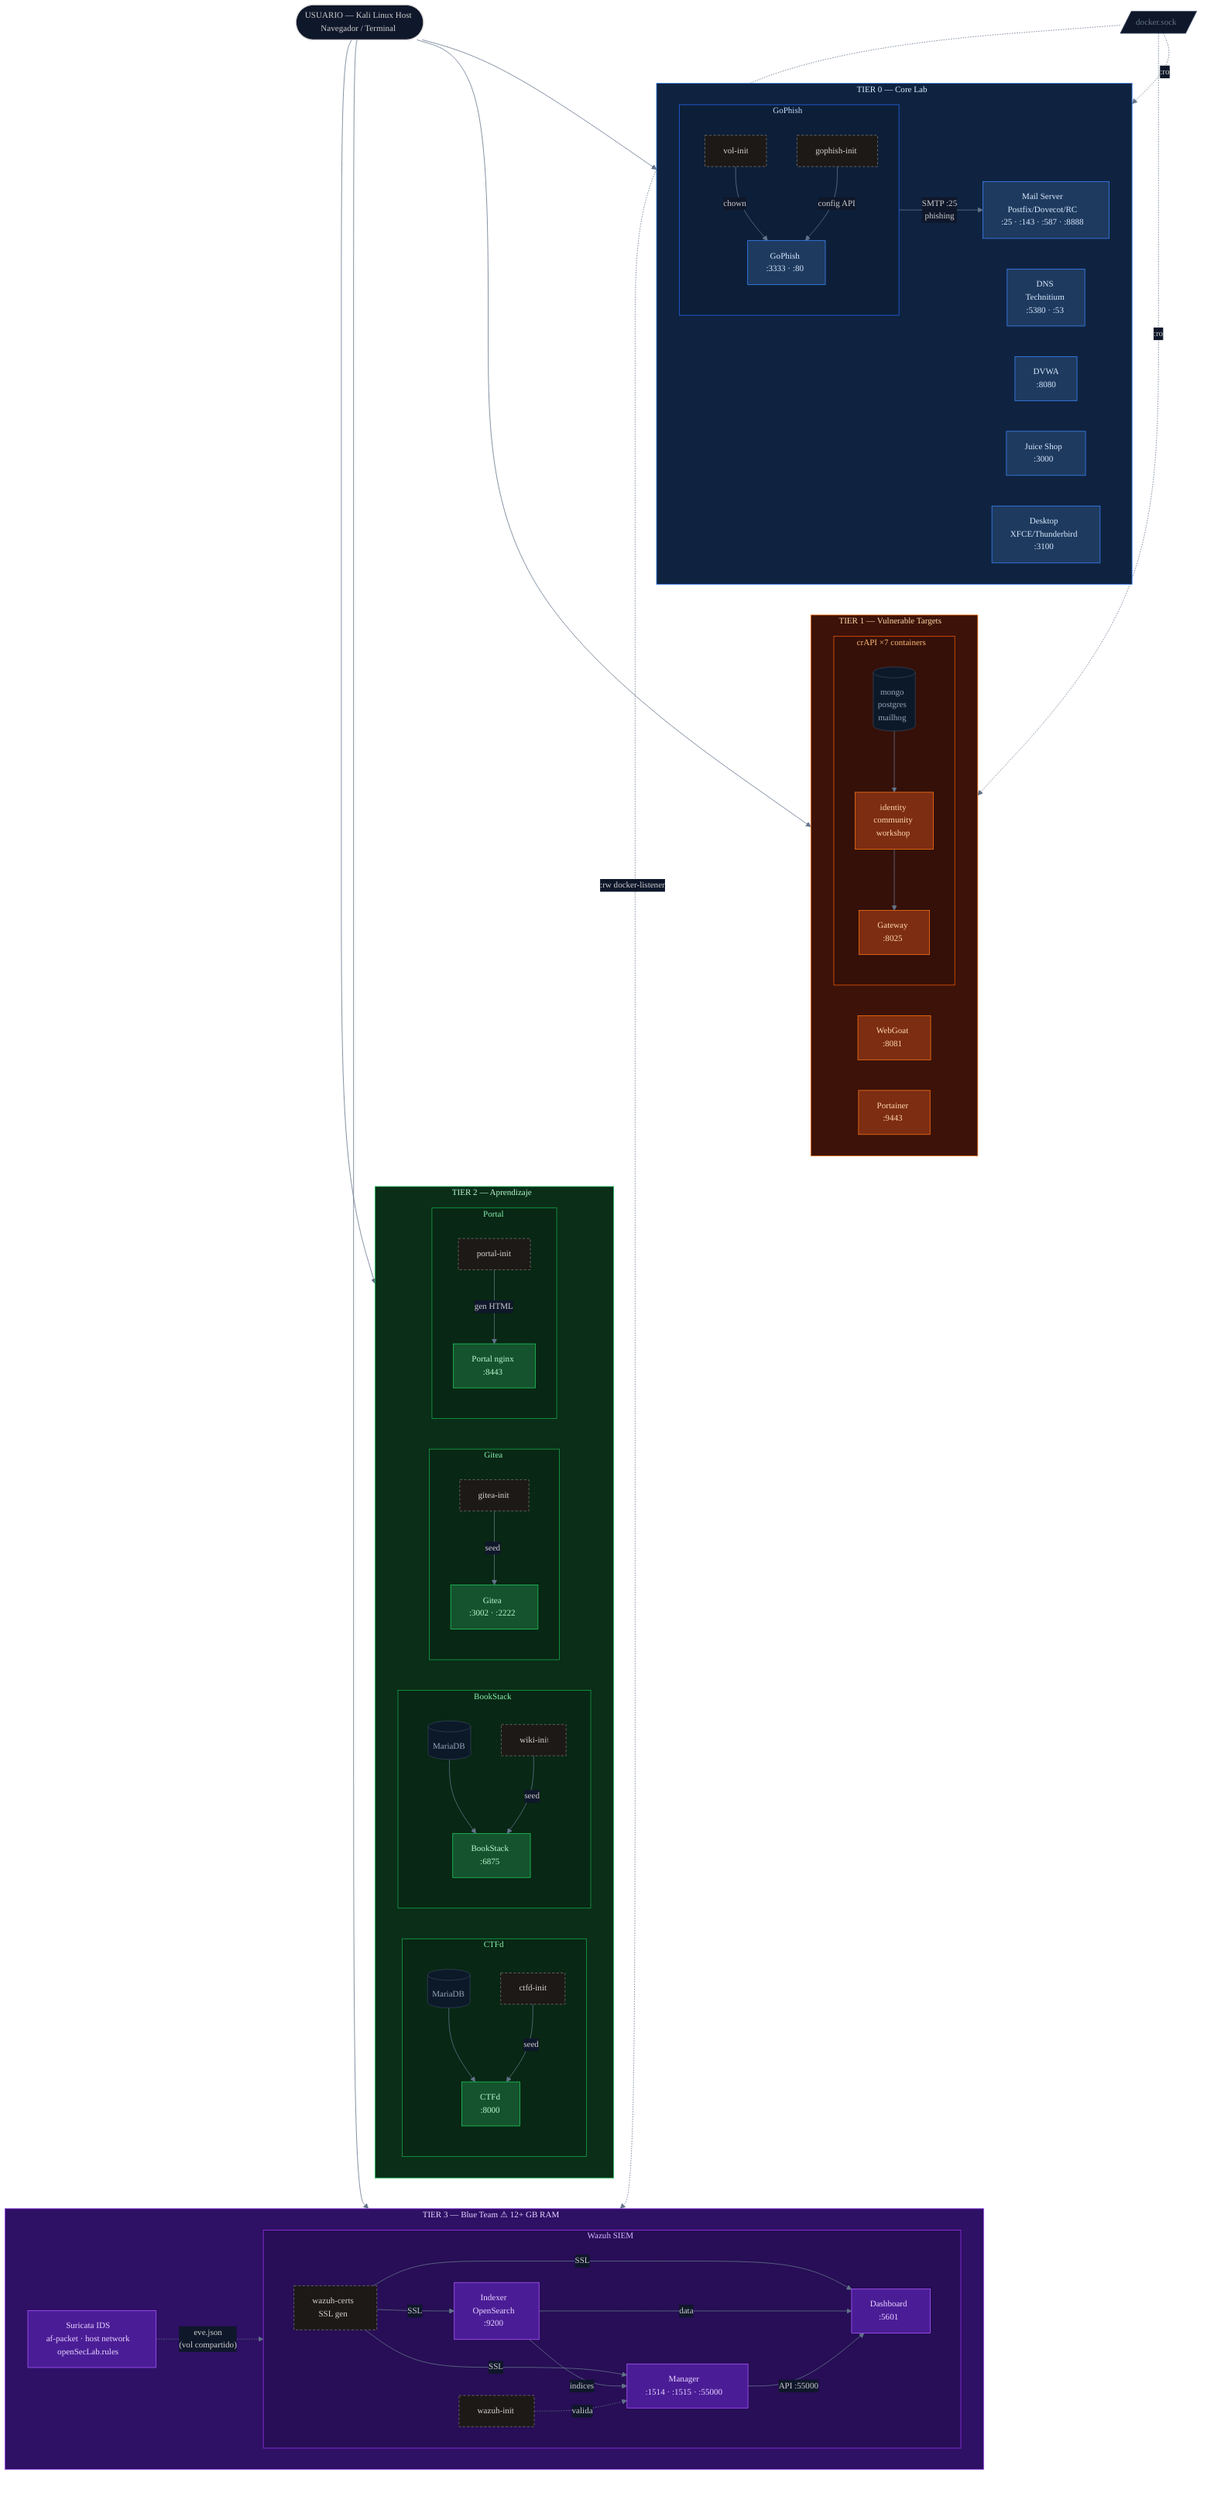
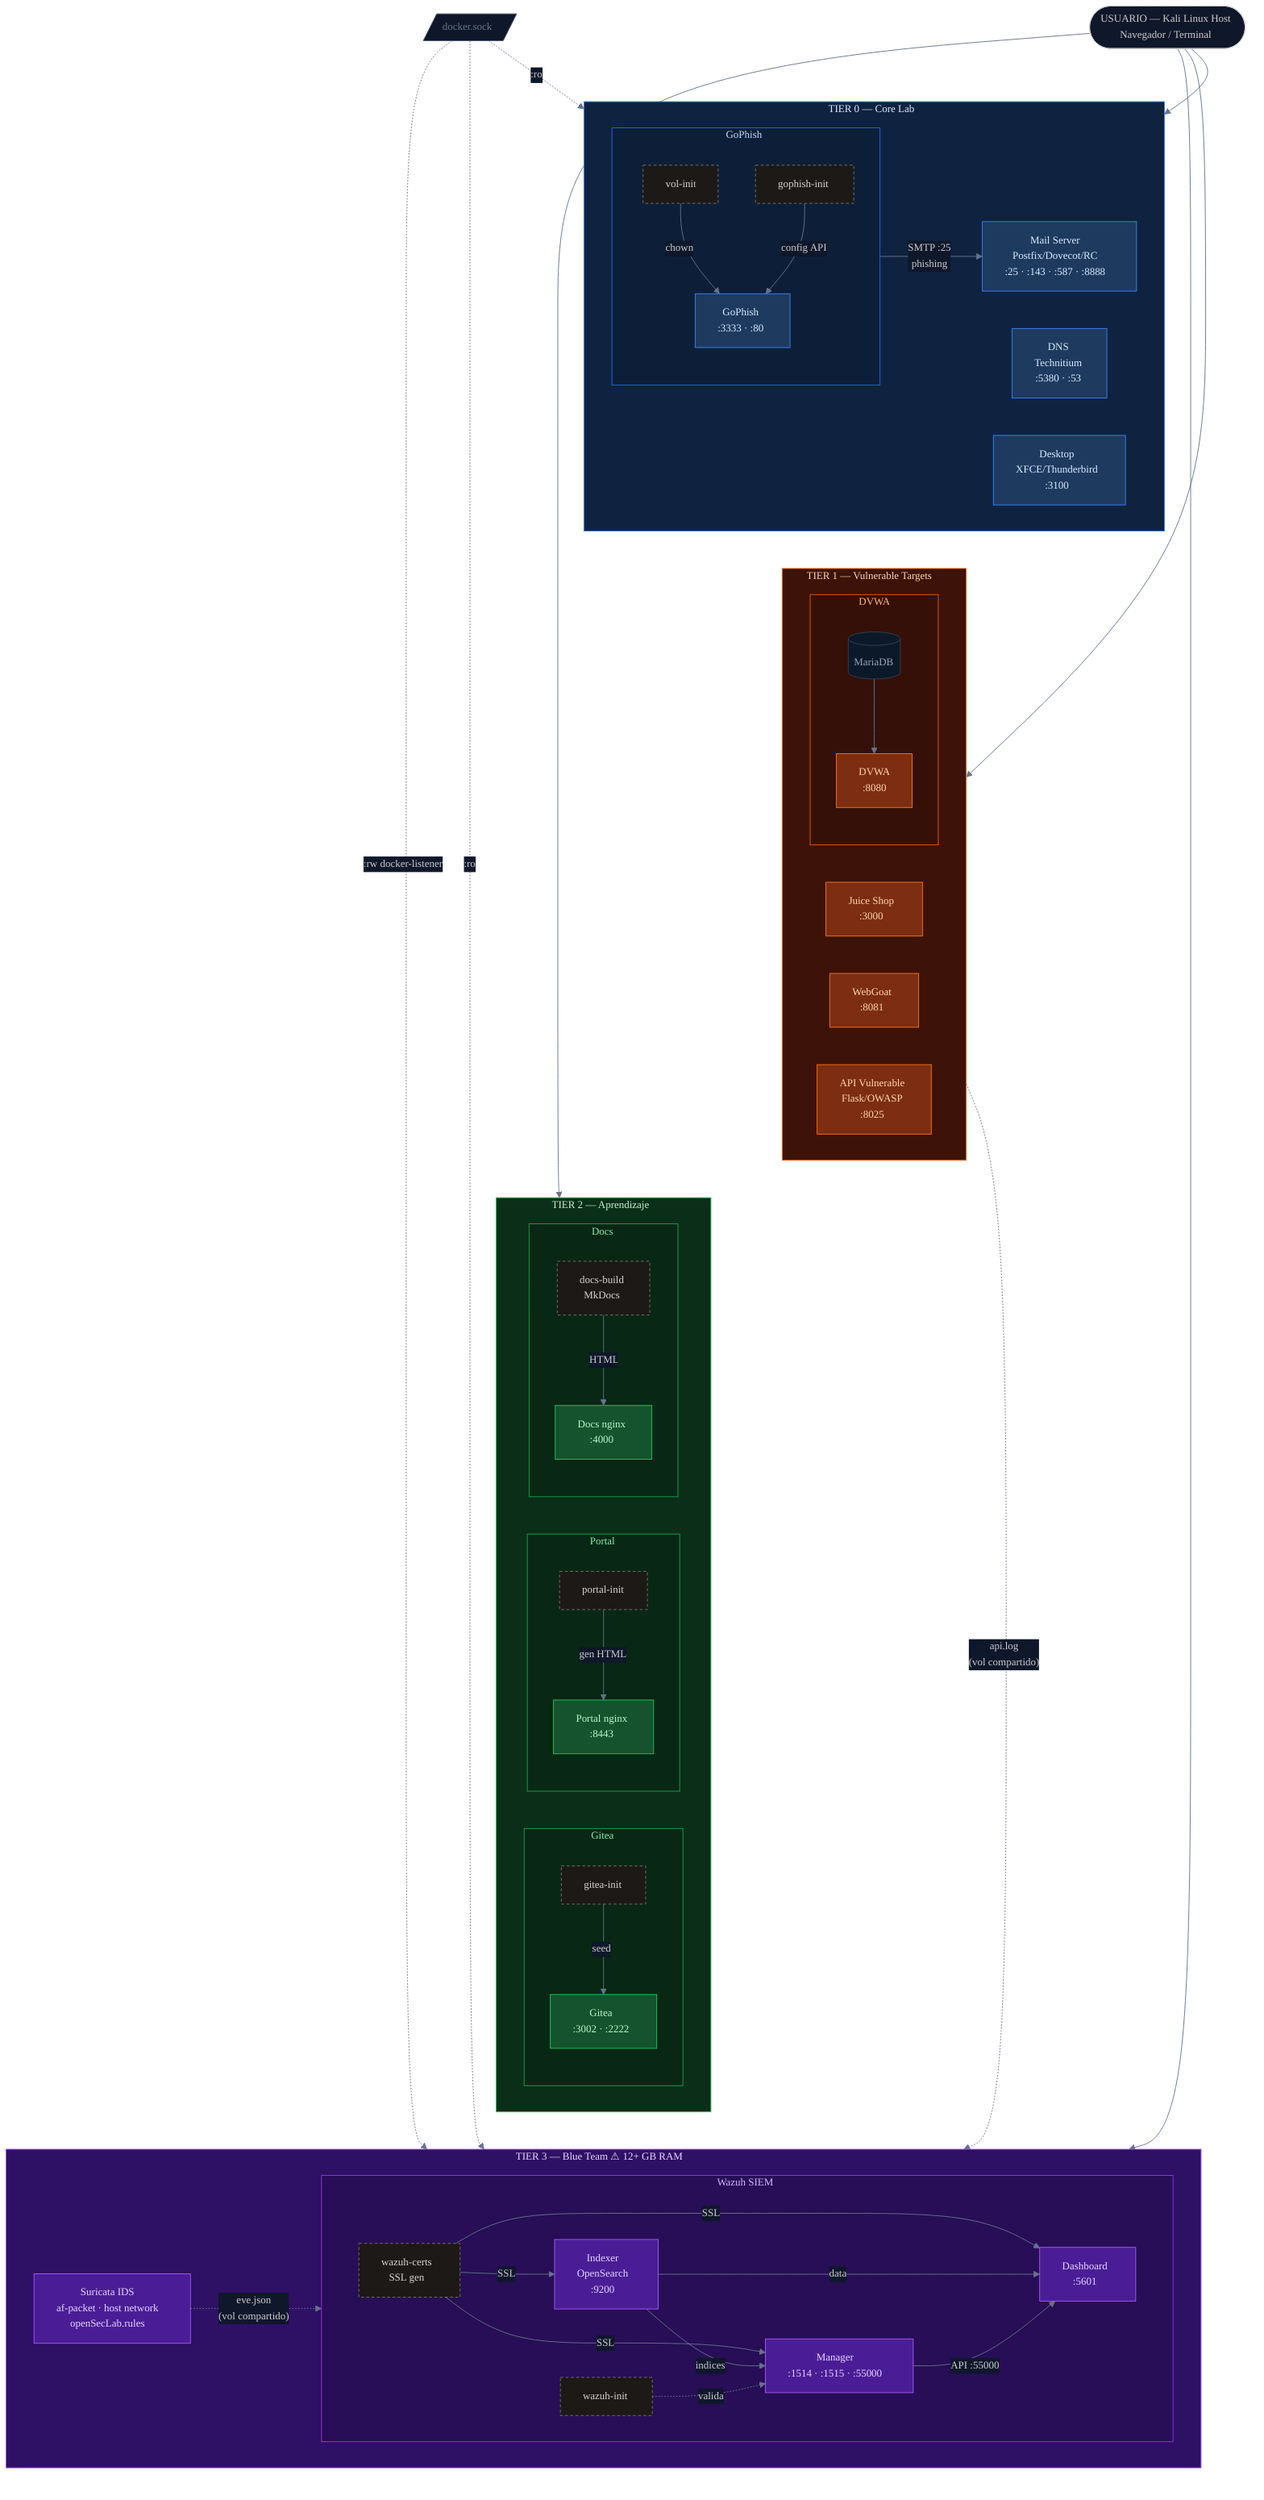
%%{
  init: {
    "theme": "dark",
    "themeVariables": {
      "background":       "#0f172a",
      "mainBkg":          "#0f172a",
      "primaryColor":     "#1e293b",
      "primaryTextColor": "#f1f5f9",
      "primaryBorderColor":"#475569",
      "lineColor":        "#64748b",
      "clusterBkg":       "#1a2235",
      "clusterBorder":    "#334155",
      "titleColor":       "#f8fafc",
      "edgeLabelBackground":"#0f172a",
      "fontFamily":       "ui-monospace, monospace",
      "fontSize":         "14px"
    }
  }
}%%
flowchart TB

  %% ══════════════════════════════════════════════════════════
  %%  ENTRY POINT
  %% ══════════════════════════════════════════════════════════
  BROWSER(["USUARIO — Kali Linux Host\nNavegador / Terminal"])

  %% ══════════════════════════════════════════════════════════
  %%  TIER 0 — CORE LAB
  %% ══════════════════════════════════════════════════════════
  subgraph T0["  TIER 0 — Core Lab  "]
    direction LR
    DNS["DNS\nTechnitium\n:5380 · :53"]
    MAIL["Mail Server\nPostfix/Dovecot/RC\n:25 · :143 · :587 · :8888"]
-     DVWA["DVWA\n:8080"]
-     JUICE["Juice Shop\n:3000"]
    DESKTOP["Desktop\nXFCE/Thunderbird\n:3100"]
    subgraph GPHSH["  GoPhish  "]
      direction TB
      GOPHISH_VI["vol-init"]:::init
      GOPHISH["GoPhish\n:3333 · :80"]
      GOPHISH_INIT["gophish-init"]:::init
      GOPHISH_VI -->|"chown"| GOPHISH
      GOPHISH_INIT -->|"config API"| GOPHISH
    end
  end

  %% ══════════════════════════════════════════════════════════
  %%  TIER 1 — VULNERABLE TARGETS
  %% ══════════════════════════════════════════════════════════
  subgraph T1["  TIER 1 — Vulnerable Targets  "]
    direction LR
+     subgraph DVWA_GRP["  DVWA  "]
+       direction TB
+       DVWA_DB[("MariaDB")]:::db
+       DVWA["DVWA\n:8080"]
+       DVWA_DB --> DVWA
+     end
+     JUICE["Juice Shop\n:3000"]
    WEBGOAT["WebGoat\n:8081"]
-     PORTAINER["Portainer\n:9443"]
-     subgraph CRAPI_GRP["  crAPI  ×7 containers  "]
-       direction TB
-       CRAPI_DB[("mongo\npostgres\nmailhog")]:::db
-       CRAPI_SVC["identity\ncommunity\nworkshop"]
-       CRAPI["Gateway\n:8025"]
-       CRAPI_DB --> CRAPI_SVC --> CRAPI
-     end
+     API["API Vulnerable\nFlask/OWASP\n:8025"]
  end

  %% ══════════════════════════════════════════════════════════
  %%  TIER 2 — APRENDIZAJE
  %% ══════════════════════════════════════════════════════════
  subgraph T2["  TIER 2 — Aprendizaje  "]
    direction LR
- 
-     subgraph CTFD_GRP["  CTFd  "]
-       direction TB
-       CTFD_DB[("MariaDB")]:::db
-       CTFD["CTFd\n:8000"]
-       CTFD_INIT["ctfd-init"]:::init
-       CTFD_DB --> CTFD
-       CTFD_INIT -->|"seed"| CTFD
-     end
- 
-     subgraph WIKI_GRP["  BookStack  "]
-       direction TB
-       WIKI_DB[("MariaDB")]:::db
-       WIKI["BookStack\n:6875"]
-       WIKI_INIT["wiki-init"]:::init
-       WIKI_DB --> WIKI
-       WIKI_INIT -->|"seed"| WIKI
-     end

    subgraph GITEA_GRP["  Gitea  "]
      direction TB
      GITEA["Gitea\n:3002 · :2222"]
      GITEA_INIT["gitea-init"]:::init
      GITEA_INIT -->|"seed"| GITEA
    end

    subgraph PORTAL_GRP["  Portal  "]
      direction TB
      PORTAL_INIT["portal-init"]:::init
      PORTAL["Portal nginx\n:8443"]
      PORTAL_INIT -->|"gen HTML"| PORTAL
+     end
+ 
+     subgraph DOCS_GRP["  Docs  "]
+       direction TB
+       DOCS_BUILD["docs-build\nMkDocs"]:::init
+       DOCS["Docs nginx\n:4000"]
+       DOCS_BUILD -->|"HTML"| DOCS
    end
  end

  %% ══════════════════════════════════════════════════════════
  %%  TIER 3 — BLUE TEAM
  %% ══════════════════════════════════════════════════════════
  subgraph T3["  TIER 3 — Blue Team  ⚠ 12+ GB RAM  "]
    direction LR

    subgraph WAZUH_GRP["  Wazuh SIEM  "]
      direction LR
      WAZUH_CERTS["wazuh-certs\nSSL gen"]:::init
      WAZUH_IDX["Indexer\nOpenSearch\n:9200"]
      WAZUH_MGR["Manager\n:1514 · :1515 · :55000"]
      WAZUH_DASH["Dashboard\n:5601"]
      WAZUH_INIT["wazuh-init"]:::init
      WAZUH_CERTS -->|"SSL"| WAZUH_IDX
      WAZUH_CERTS -->|"SSL"| WAZUH_MGR
      WAZUH_CERTS -->|"SSL"| WAZUH_DASH
      WAZUH_IDX -->|"indices"| WAZUH_MGR
      WAZUH_IDX -->|"data"| WAZUH_DASH
      WAZUH_MGR -->|"API :55000"| WAZUH_DASH
      WAZUH_INIT -.->|"valida"| WAZUH_MGR
    end

    SURICATA["Suricata IDS\naf-packet · host network\nopenSecLab.rules"]
  end

  %% ══════════════════════════════════════════════════════════
  %%  SHARED HOST RESOURCES
  %% ══════════════════════════════════════════════════════════
  DOCKER_SOCK[/"docker.sock"/]:::shared

  %% ══════════════════════════════════════════════════════════
  %%  ACCESO USUARIO → TIERS
  %% ══════════════════════════════════════════════════════════
  BROWSER --> T0
  BROWSER --> T1
  BROWSER --> T2
  BROWSER --> WAZUH_DASH

  %% ══════════════════════════════════════════════════════════
  %%  FORZAR ORDEN VERTICAL: T0 → T1 → T2 → T3
  %% ══════════════════════════════════════════════════════════
  T0 ~~~ T1
  T1 ~~~ T2
  T2 ~~~ T3

  %% ══════════════════════════════════════════════════════════
  %%  CONEXIONES CROSS-TIER
  %% ══════════════════════════════════════════════════════════

  %% GoPhish envía correos de phishing via Mail (SMTP)
  GOPHISH -->|"SMTP :25\nphishing"| MAIL

+   %% API escribe logs → Wazuh Manager los lee vía volumen
+   API -.->|"api.log\n(vol compartido)"| WAZUH_MGR
+ 
  %% Suricata captura tráfico → escribe eve.json → Wazuh Manager lo lee
  SURICATA -.->|"eve.json\n(vol compartido)"| WAZUH_MGR

  %% docker.sock: inspección de contenedores
  DOCKER_SOCK -.->|":ro"| DESKTOP
-   DOCKER_SOCK -.->|":ro"| PORTAINER
  DOCKER_SOCK -.->|":rw docker-listener"| WAZUH_MGR
+   DOCKER_SOCK -.->|":ro"| WAZUH_INIT

  %% ══════════════════════════════════════════════════════════
  %%  ESTILOS
  %% ══════════════════════════════════════════════════════════
  classDef init   fill:#1c1917,stroke:#78716c,color:#d6d3d1,stroke-dasharray:4 3
  classDef db     fill:#0c1929,stroke:#334155,color:#94a3b8
  classDef shared fill:#0f172a,stroke:#475569,color:#64748b

  %% Tier 0 — azul
  style T0        fill:#0f2340,stroke:#3b82f6,color:#dbeafe
  style GPHSH     fill:#0d1f38,stroke:#2563eb,color:#bfdbfe

  %% Tier 1 — naranja
  style T1        fill:#3d1208,stroke:#f97316,color:#fed7aa
-   style CRAPI_GRP fill:#351008,stroke:#ea580c,color:#fdba74
+   style DVWA_GRP  fill:#351008,stroke:#ea580c,color:#fdba74

  %% Tier 2 — verde
  style T2        fill:#0a2e18,stroke:#22c55e,color:#bbf7d0
-   style CTFD_GRP  fill:#082714,stroke:#16a34a,color:#86efac
-   style WIKI_GRP  fill:#082714,stroke:#16a34a,color:#86efac
  style GITEA_GRP fill:#082714,stroke:#16a34a,color:#86efac
  style PORTAL_GRP fill:#082714,stroke:#16a34a,color:#86efac
+   style DOCS_GRP  fill:#082714,stroke:#16a34a,color:#86efac

  %% Tier 3 — morado
  style T3        fill:#2e1065,stroke:#a855f7,color:#e9d5ff
  style WAZUH_GRP fill:#270e56,stroke:#9333ea,color:#d8b4fe

  %% Nodos específicos: tier0=azul, tier1=naranja, tier2=verde, tier3=morado
  style DNS     fill:#1e3a5f,stroke:#3b82f6,color:#dbeafe
  style MAIL    fill:#1e3a5f,stroke:#3b82f6,color:#dbeafe
-   style DVWA    fill:#1e3a5f,stroke:#3b82f6,color:#dbeafe
-   style JUICE   fill:#1e3a5f,stroke:#3b82f6,color:#dbeafe
  style DESKTOP fill:#1e3a5f,stroke:#3b82f6,color:#dbeafe
  style GOPHISH fill:#1e3a5f,stroke:#3b82f6,color:#dbeafe

-   style WEBGOAT  fill:#7c2d12,stroke:#f97316,color:#fed7aa
-   style PORTAINER fill:#7c2d12,stroke:#f97316,color:#fed7aa
-   style CRAPI_SVC fill:#7c2d12,stroke:#f97316,color:#fed7aa
-   style CRAPI    fill:#7c2d12,stroke:#f97316,color:#fed7aa
+   style DVWA    fill:#7c2d12,stroke:#f97316,color:#fed7aa
+   style JUICE   fill:#7c2d12,stroke:#f97316,color:#fed7aa
+   style WEBGOAT fill:#7c2d12,stroke:#f97316,color:#fed7aa
+   style API     fill:#7c2d12,stroke:#f97316,color:#fed7aa

-   style CTFD    fill:#14532d,stroke:#22c55e,color:#bbf7d0
-   style WIKI    fill:#14532d,stroke:#22c55e,color:#bbf7d0
-   style GITEA   fill:#14532d,stroke:#22c55e,color:#bbf7d0
-   style PORTAL  fill:#14532d,stroke:#22c55e,color:#bbf7d0
+   style GITEA  fill:#14532d,stroke:#22c55e,color:#bbf7d0
+   style PORTAL fill:#14532d,stroke:#22c55e,color:#bbf7d0
+   style DOCS   fill:#14532d,stroke:#22c55e,color:#bbf7d0

  style WAZUH_IDX  fill:#4a1d96,stroke:#a855f7,color:#e9d5ff
  style WAZUH_MGR  fill:#4a1d96,stroke:#a855f7,color:#e9d5ff
  style WAZUH_DASH fill:#4a1d96,stroke:#a855f7,color:#e9d5ff
  style SURICATA   fill:#4a1d96,stroke:#a855f7,color:#e9d5ff
